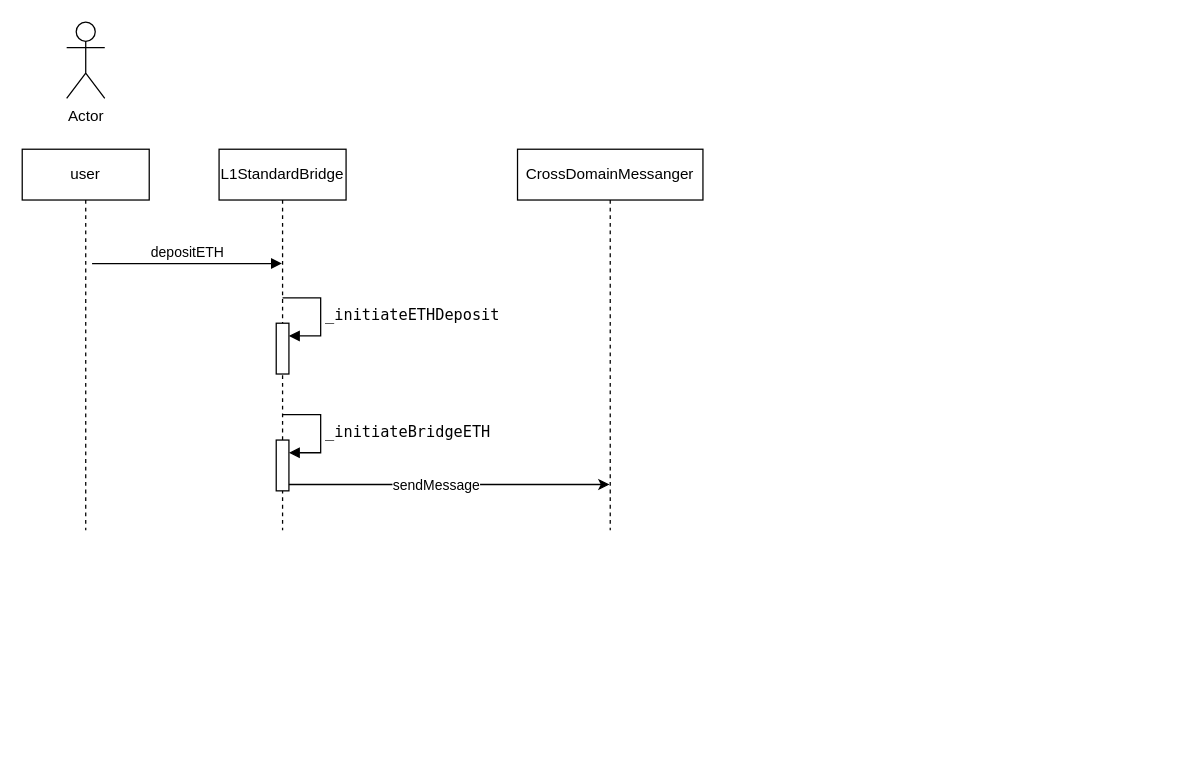
mindcarver/pic_bed keeps this draw.io diagram as optimism 存款.drawio. Above is the earlier version. Source tidied: cells renumbered, new cells numbered last; positions are measured from the earlier drawing's top-left corner, leaving out a move shared by most shapes. Both pictures are drawn from the tidied source at 127%, with x=0, y=0 at pixel (22, 22).
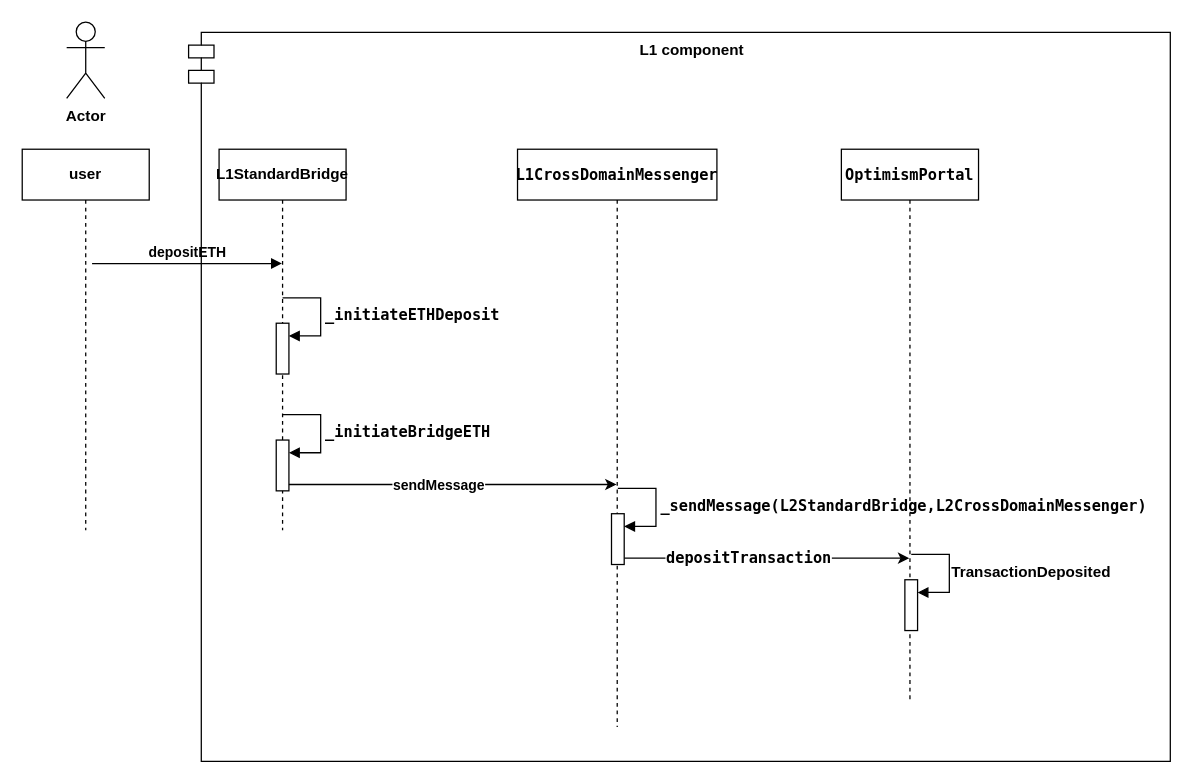
The same diagram, later.

Diff of the diagram source:
```diff
@@
-    <mxCell id="2" value="Actor" style="shape=umlActor;verticalLabelPosition=bottom;verticalAlign=top;html=1;" parent="1" vertex="1">
+    <mxCell id="2" value="Actor" style="shape=umlActor;verticalLabelPosition=bottom;verticalAlign=top;html=1;fontStyle=1;" parent="1" vertex="1">
       <mxGeometry x="35" width="30" height="60" as="geometry" />
     </mxCell>
-    <mxCell id="3" value="user" style="shape=umlLifeline;perimeter=lifelinePerimeter;whiteSpace=wrap;html=1;newEdgeStyle={&quot;curved&quot;:0,&quot;rounded&quot;:0};" parent="1" vertex="1">
+    <mxCell id="3" value="user" style="shape=umlLifeline;perimeter=lifelinePerimeter;whiteSpace=wrap;html=1;newEdgeStyle={&quot;curved&quot;:0,&quot;rounded&quot;:0};fontStyle=1;" parent="1" vertex="1">
       <mxGeometry y="100" width="100" height="300" as="geometry" />
     </mxCell>
-    <mxCell id="4" value="L1StandardBridge" style="shape=umlLifeline;perimeter=lifelinePerimeter;whiteSpace=wrap;html=1;outlineConnect=0;portConstraint=eastwest;newEdgeStyle={&quot;curved&quot;:0,&quot;rounded&quot;:0};" parent="1" vertex="1">
+    <mxCell id="4" value="L1StandardBridge" style="shape=umlLifeline;perimeter=lifelinePerimeter;whiteSpace=wrap;html=1;outlineConnect=0;portConstraint=eastwest;newEdgeStyle={&quot;curved&quot;:0,&quot;rounded&quot;:0};fontStyle=1;" parent="1" vertex="1">
       <mxGeometry x="155" y="100" width="100" height="300" as="geometry" />
     </mxCell>
-    <mxCell id="5" style="html=1;points=[[0,0,0,0,5],[0,1,0,0,-5],[1,0,0,0,5],[1,1,0,0,-5]];perimeter=orthogonalPerimeter;outlineConnect=0;targetShapes=umlLifeline;portConstraint=eastwest;newEdgeStyle={&quot;curved&quot;:0,&quot;rounded&quot;:0};" parent="4" vertex="1">
+    <mxCell id="5" style="html=1;points=[[0,0,0,0,5],[0,1,0,0,-5],[1,0,0,0,5],[1,1,0,0,-5]];perimeter=orthogonalPerimeter;outlineConnect=0;targetShapes=umlLifeline;portConstraint=eastwest;newEdgeStyle={&quot;curved&quot;:0,&quot;rounded&quot;:0};fontStyle=1;" parent="4" vertex="1">
       <mxGeometry x="45" y="137" width="10" height="40" as="geometry" />
     </mxCell>
-    <mxCell id="6" value="&lt;div style=&quot;font-family: Menlo, Monaco, &amp;quot;Courier New&amp;quot;, monospace; font-size: 12px; line-height: 18px; white-space-collapse: preserve;&quot;&gt;_initiateETHDeposit&lt;/div&gt;" style="html=1;align=left;spacingLeft=2;endArrow=block;rounded=0;edgeStyle=orthogonalEdgeStyle;curved=0;rounded=0;" parent="4" edge="1" target="5">
+    <mxCell id="6" value="&lt;div style=&quot;font-family: Menlo, Monaco, &amp;quot;Courier New&amp;quot;, monospace; font-size: 12px; line-height: 18px; white-space-collapse: preserve;&quot;&gt;_initiateETHDeposit&lt;/div&gt;" style="html=1;align=left;spacingLeft=2;endArrow=block;rounded=0;edgeStyle=orthogonalEdgeStyle;curved=0;rounded=0;fontStyle=1;" parent="4" edge="1" target="5">
       <mxGeometry relative="1" as="geometry">
         <mxPoint x="50" y="117" as="sourcePoint" />
         <Array as="points">
           <mxPoint x="80" y="147" />
         </Array>
       </mxGeometry>
     </mxCell>
-    <mxCell id="7" style="html=1;points=[[0,0,0,0,5],[0,1,0,0,-5],[1,0,0,0,5],[1,1,0,0,-5]];perimeter=orthogonalPerimeter;outlineConnect=0;targetShapes=umlLifeline;portConstraint=eastwest;newEdgeStyle={&quot;curved&quot;:0,&quot;rounded&quot;:0};" parent="4" vertex="1">
+    <mxCell id="7" style="html=1;points=[[0,0,0,0,5],[0,1,0,0,-5],[1,0,0,0,5],[1,1,0,0,-5]];perimeter=orthogonalPerimeter;outlineConnect=0;targetShapes=umlLifeline;portConstraint=eastwest;newEdgeStyle={&quot;curved&quot;:0,&quot;rounded&quot;:0};fontStyle=1;" parent="4" vertex="1">
       <mxGeometry x="45" y="229" width="10" height="40" as="geometry" />
     </mxCell>
-    <mxCell id="8" value="&lt;div style=&quot;font-family: Menlo, Monaco, &amp;quot;Courier New&amp;quot;, monospace; font-size: 12px; line-height: 18px; white-space-collapse: preserve;&quot;&gt;_initiateBridgeETH&lt;/div&gt;" style="html=1;align=left;spacingLeft=2;endArrow=block;rounded=0;edgeStyle=orthogonalEdgeStyle;curved=0;rounded=0;" parent="4" edge="1" target="7">
+    <mxCell id="8" value="&lt;div style=&quot;font-family: Menlo, Monaco, &amp;quot;Courier New&amp;quot;, monospace; font-size: 12px; line-height: 18px; white-space-collapse: preserve;&quot;&gt;_initiateBridgeETH&lt;/div&gt;" style="html=1;align=left;spacingLeft=2;endArrow=block;rounded=0;edgeStyle=orthogonalEdgeStyle;curved=0;rounded=0;fontStyle=1;" parent="4" edge="1" target="7">
       <mxGeometry relative="1" as="geometry">
         <mxPoint x="50" y="209" as="sourcePoint" />
         <Array as="points">
           <mxPoint x="80" y="239" />
         </Array>
       </mxGeometry>
     </mxCell>
-    <mxCell id="9" value="depositETH" style="html=1;verticalAlign=bottom;endArrow=block;curved=0;rounded=0;" parent="1" edge="1" target="4">
+    <mxCell id="9" value="depositETH" style="html=1;verticalAlign=bottom;endArrow=block;curved=0;rounded=0;fontStyle=1;" parent="1" edge="1" target="4">
       <mxGeometry relative="1" as="geometry">
         <mxPoint x="55" y="190" as="sourcePoint" />
       </mxGeometry>
     </mxCell>
-    <mxCell id="10" value="CrossDomainMessanger" style="shape=umlLifeline;perimeter=lifelinePerimeter;whiteSpace=wrap;html=1;outlineConnect=0;portConstraint=eastwest;newEdgeStyle={&quot;curved&quot;:0,&quot;rounded&quot;:0};" parent="1" vertex="1">
-      <mxGeometry x="390" y="100" width="146" height="300" as="geometry" />
+    <mxCell id="10" value="&lt;div style=&quot;font-family: Menlo, Monaco, &amp;quot;Courier New&amp;quot;, monospace; line-height: 18px; white-space: pre;&quot;&gt;&lt;div style=&quot;line-height: 18px;&quot;&gt;L1CrossDomainMessenger&lt;/div&gt;&lt;/div&gt;" style="shape=umlLifeline;perimeter=lifelinePerimeter;whiteSpace=wrap;html=1;outlineConnect=0;portConstraint=eastwest;newEdgeStyle={&quot;curved&quot;:0,&quot;rounded&quot;:0};fontStyle=1;" parent="1" vertex="1">
+      <mxGeometry x="390" y="100" width="157" height="455" as="geometry" />
     </mxCell>
-    <mxCell id="11" style="rounded=0;jettySize=auto;html=1;exitX=1;exitY=1;exitDx=0;exitDy=-5;exitPerimeter=0;" parent="1" edge="1" source="7" target="10">
+    <mxCell id="11" style="rounded=0;jettySize=auto;html=1;exitX=1;exitY=1;exitDx=0;exitDy=-5;exitPerimeter=0;fontStyle=1;" parent="1" edge="1" source="7" target="10">
       <mxGeometry relative="1" as="geometry" />
     </mxCell>
-    <mxCell id="12" value="sendMessage" style="edgeLabel;html=1;align=center;verticalAlign=middle;" parent="11" vertex="1">
+    <mxCell id="12" value="sendMessage" style="edgeLabel;html=1;align=center;verticalAlign=middle;fontStyle=1;" parent="11" vertex="1">
       <mxGeometry x="-0.09" relative="1" as="geometry" />
     </mxCell>
+    <mxCell id="13" style="rounded=0;jettySize=auto;html=1;exitX=1;exitY=1;exitDx=0;exitDy=-5;exitPerimeter=0;fontStyle=1;" parent="1" edge="1" source="15" target="17">
+      <mxGeometry relative="1" as="geometry" />
+    </mxCell>
+    <mxCell id="14" value="&lt;div style=&quot;font-family: Menlo, Monaco, &amp;quot;Courier New&amp;quot;, monospace; font-size: 12px; line-height: 18px; white-space-collapse: preserve;&quot;&gt;depositTransaction&lt;/div&gt;" style="edgeLabel;html=1;align=center;verticalAlign=middle;fontStyle=1;" parent="13" vertex="1">
+      <mxGeometry x="-0.14" y="2" relative="1" as="geometry" />
+    </mxCell>
+    <mxCell id="15" style="html=1;points=[[0,0,0,0,5],[0,1,0,0,-5],[1,0,0,0,5],[1,1,0,0,-5]];perimeter=orthogonalPerimeter;outlineConnect=0;targetShapes=umlLifeline;portConstraint=eastwest;newEdgeStyle={&quot;curved&quot;:0,&quot;rounded&quot;:0};fontStyle=1;" parent="1" vertex="1">
+      <mxGeometry x="464" y="387" width="10" height="40" as="geometry" />
+    </mxCell>
+    <mxCell id="16" value="&lt;div style=&quot;font-family: Menlo, Monaco, &amp;quot;Courier New&amp;quot;, monospace; font-size: 12px; line-height: 18px; white-space-collapse: preserve;&quot;&gt;_sendMessage(L2StandardBridge,L2CrossDomainMessenger)&lt;/div&gt;" style="html=1;align=left;spacingLeft=2;endArrow=block;rounded=0;edgeStyle=orthogonalEdgeStyle;curved=0;rounded=0;fontStyle=1;" parent="1" edge="1" target="15">
+      <mxGeometry relative="1" as="geometry">
+        <mxPoint x="469" y="367" as="sourcePoint" />
+        <Array as="points">
+          <mxPoint x="499" y="397" />
+        </Array>
+      </mxGeometry>
+    </mxCell>
+    <mxCell id="17" value="&lt;div style=&quot;font-family: Menlo, Monaco, &amp;quot;Courier New&amp;quot;, monospace; line-height: 18px; white-space: pre;&quot;&gt;OptimismPortal&lt;/div&gt;" style="shape=umlLifeline;perimeter=lifelinePerimeter;whiteSpace=wrap;html=1;outlineConnect=0;portConstraint=eastwest;newEdgeStyle={&quot;curved&quot;:0,&quot;rounded&quot;:0};fontStyle=1;" parent="1" vertex="1">
+      <mxGeometry x="645" y="100" width="108" height="436" as="geometry" />
+    </mxCell>
+    <mxCell id="18" style="html=1;points=[[0,0,0,0,5],[0,1,0,0,-5],[1,0,0,0,5],[1,1,0,0,-5]];perimeter=orthogonalPerimeter;outlineConnect=0;targetShapes=umlLifeline;portConstraint=eastwest;newEdgeStyle={&quot;curved&quot;:0,&quot;rounded&quot;:0};fontStyle=1;" parent="17" vertex="1">
+      <mxGeometry x="50" y="339" width="10" height="40" as="geometry" />
+    </mxCell>
+    <mxCell id="19" value="&lt;div style=&quot;font-family: Menlo, Monaco, &amp;quot;Courier New&amp;quot;, monospace; font-size: 12px; line-height: 18px; white-space-collapse: preserve;&quot;&gt;&lt;br&gt;&lt;/div&gt;" style="html=1;align=left;spacingLeft=2;endArrow=block;rounded=0;edgeStyle=orthogonalEdgeStyle;curved=0;rounded=0;fontStyle=1;" parent="17" edge="1" target="18">
+      <mxGeometry relative="1" as="geometry">
+        <mxPoint x="55" y="319" as="sourcePoint" />
+        <Array as="points">
+          <mxPoint x="85" y="349" />
+        </Array>
+      </mxGeometry>
+    </mxCell>
+    <mxCell id="20" value="TransactionDeposited" style="text;whiteSpace=wrap;html=1;fontStyle=1;" parent="1" vertex="1">
+      <mxGeometry x="730" y="419" width="144" height="36" as="geometry" />
+    </mxCell>
+    <mxCell id="21" value="&lt;span&gt;L1 component&lt;/span&gt;" style="shape=module;align=left;spacingLeft=20;align=center;verticalAlign=top;whiteSpace=wrap;html=1;fillStyle=auto;fillColor=none;fontStyle=1;" parent="1" vertex="1">
+      <mxGeometry x="131" y="8" width="773" height="574" as="geometry" />
+    </mxCell>
```
